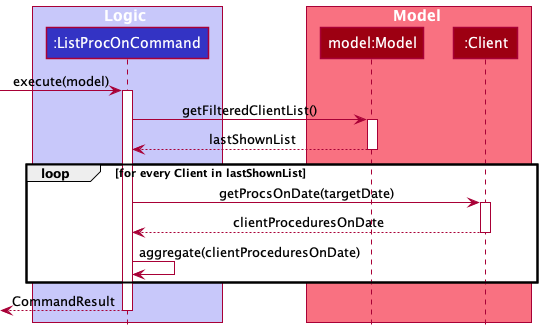
Earlier version of the PlantUML export docs/images/ListProcOnCommandSequenceDiagram.png (robinrojh/tp).
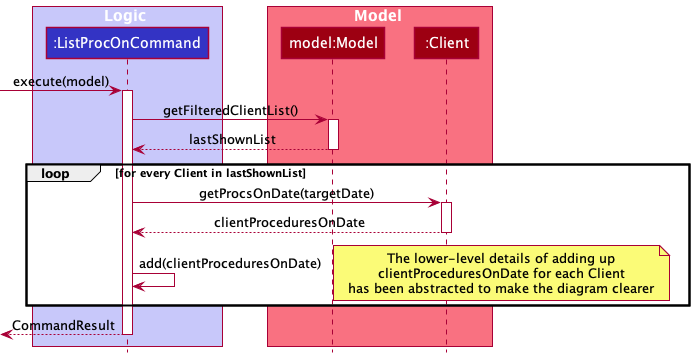
The same file after the commit.

Commit message:
Fix UML sequence diagram for ListProcOn Command

What changed in the source:
```diff
@@ -21,7 +21,12 @@
         activate Client
         ListProcOnCommand <-- Client : clientProceduresOnDate
         deactivate Client
-        ListProcOnCommand -> ListProcOnCommand : aggregate(clientProceduresOnDate)
+        ListProcOnCommand -> ListProcOnCommand : add(clientProceduresOnDate)
+        note right
+          The lower-level details of adding up
+          clientProceduresOnDate for each Client
+          has been abstracted to make the diagram clearer
+        end note
     end
 <-- ListProcOnCommand : CommandResult
 deactivate ListProcOnCommand
```
